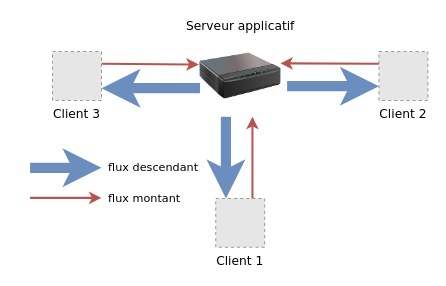
This is page "MCU" (4 of 8) of schéma/ArchiReseau.drawio from stephannicolas96/dossierPro, a draw.io file, before an edit. Source tidied: cells renumbered, new cells numbered last; positions are measured from the earlier drawing's top-left corner, leaving out a move shared by most shapes. Both pictures are drawn from the tidied source at 102%, with x=0, y=0 at pixel (30, 35). Pictures stored in the file or linked from it are replaced by grey dashed boxes.
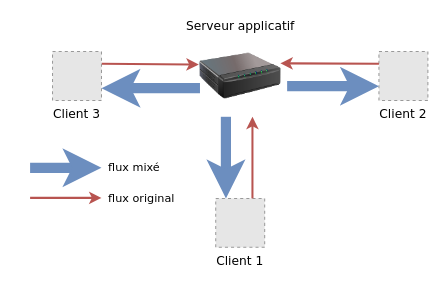
The same diagram, later.

The edit, as a diff of the source:
```diff
@@
 <mxGraphModel>
   <root>
     <mxCell id="0" />
     <mxCell id="1" parent="0" />
     <mxCell id="2" style="edgeStyle=none;rounded=0;jettySize=auto;html=1;sourcePerimeterSpacing=5;endArrow=classic;endFill=1;targetPerimeterSpacing=5;fillColor=#f8cecc;strokeColor=#b85450;startArrow=none;startFill=0;strokeWidth=2;exitX=1;exitY=0.25;exitDx=0;exitDy=0;entryX=-0.008;entryY=0.359;entryDx=0;entryDy=0;entryPerimeter=0;" parent="1" edge="1" source="3" target="4">
       <mxGeometry relative="1" as="geometry" />
     </mxCell>
     <mxCell id="3" value="Client 3" style="fillColor=#E6E6E6;strokeColor=#999999;dashed=1;verticalLabelPosition=bottom;verticalAlign=top;labelBackgroundColor=#ffffff;labelPosition=center;align=center;fontFamily=Verdana;" parent="1" vertex="1">
       <mxGeometry x="22" y="16" width="48" height="48" as="geometry" />
     </mxCell>
     <mxCell id="4" value="Serveur applicatif" style="image;html=1;image=img/lib/clip_art/networking/Print_Server_128x128.png;labelPosition=center;verticalLabelPosition=top;align=center;verticalAlign=bottom;fontFamily=Verdana;" parent="1" vertex="1">
       <mxGeometry x="166" width="80" height="80" as="geometry" />
     </mxCell>
     <mxCell id="5" value="Client 2" style="fillColor=#E6E6E6;strokeColor=#999999;dashed=1;verticalLabelPosition=bottom;verticalAlign=top;labelBackgroundColor=#ffffff;labelPosition=center;align=center;fontFamily=Verdana;" parent="1" vertex="1">
       <mxGeometry x="342" y="16" width="48" height="48" as="geometry" />
     </mxCell>
     <mxCell id="6" value="Client 1" style="fillColor=#E6E6E6;strokeColor=#999999;dashed=1;verticalLabelPosition=bottom;verticalAlign=top;labelBackgroundColor=#ffffff;fontFamily=Verdana;" parent="1" vertex="1">
       <mxGeometry x="182" y="160" width="48" height="48" as="geometry" />
     </mxCell>
     <mxCell id="7" style="edgeStyle=none;rounded=0;jettySize=auto;html=1;sourcePerimeterSpacing=5;endArrow=classic;endFill=1;targetPerimeterSpacing=5;fillColor=#f8cecc;strokeColor=#b85450;startArrow=none;startFill=0;strokeWidth=2;exitX=0;exitY=0.25;exitDx=0;exitDy=0;entryX=0.992;entryY=0.345;entryDx=0;entryDy=0;entryPerimeter=0;" parent="1" edge="1" source="5" target="4">
       <mxGeometry relative="1" as="geometry" />
     </mxCell>
     <mxCell id="8" style="edgeStyle=none;rounded=0;jettySize=auto;html=1;sourcePerimeterSpacing=5;endArrow=classic;endFill=1;targetPerimeterSpacing=5;fillColor=#f8cecc;strokeColor=#b85450;startArrow=none;startFill=0;strokeWidth=2;exitX=0.75;exitY=0;exitDx=0;exitDy=0;" parent="1" edge="1" source="6">
       <mxGeometry relative="1" as="geometry">
         <mxPoint x="218" y="80" as="targetPoint" />
       </mxGeometry>
     </mxCell>
     <mxCell id="9" style="edgeStyle=none;rounded=0;orthogonalLoop=1;jettySize=auto;html=1;sourcePerimeterSpacing=5;endArrow=classic;endFill=1;targetPerimeterSpacing=5;fillColor=#dae8fc;strokeColor=#6c8ebf;startArrow=none;startFill=0;strokeWidth=10;exitX=0.5;exitY=1;exitDx=0;exitDy=0;entryX=0.5;entryY=0;entryDx=0;entryDy=0;" parent="1" edge="1">
       <mxGeometry relative="1" as="geometry">
         <mxPoint x="192" y="80" as="sourcePoint" />
         <mxPoint x="192" y="160" as="targetPoint" />
       </mxGeometry>
     </mxCell>
     <mxCell id="10" style="edgeStyle=none;rounded=0;jettySize=auto;html=1;sourcePerimeterSpacing=5;endArrow=classic;endFill=1;targetPerimeterSpacing=5;fillColor=#dae8fc;strokeColor=#6c8ebf;startArrow=none;startFill=0;strokeWidth=10;exitX=0.007;exitY=0.649;exitDx=0;exitDy=0;exitPerimeter=0;entryX=1;entryY=0.75;entryDx=0;entryDy=0;" parent="1" edge="1" source="4" target="3">
       <mxGeometry relative="1" as="geometry" />
     </mxCell>
     <mxCell id="11" style="edgeStyle=none;rounded=0;orthogonalLoop=1;jettySize=auto;html=1;sourcePerimeterSpacing=5;endArrow=classic;endFill=1;targetPerimeterSpacing=5;fillColor=#dae8fc;strokeColor=#6c8ebf;startArrow=none;startFill=0;strokeWidth=10;" parent="1" edge="1">
       <mxGeometry relative="1" as="geometry">
         <mxPoint x="252" y="50" as="sourcePoint" />
         <mxPoint x="342" y="50" as="targetPoint" />
       </mxGeometry>
     </mxCell>
-    <mxCell id="12" value="flux descendant" style="edgeStyle=none;rounded=0;orthogonalLoop=1;jettySize=auto;html=1;sourcePerimeterSpacing=5;endArrow=classic;endFill=1;targetPerimeterSpacing=5;fillColor=#dae8fc;strokeColor=#6c8ebf;startArrow=none;startFill=0;strokeWidth=10;fontFamily=Verdana;labelPosition=right;verticalLabelPosition=middle;align=left;verticalAlign=middle;spacingRight=0;spacingLeft=40;" parent="1" edge="1">
+    <mxCell id="12" value="flux mixé" style="edgeStyle=none;rounded=0;orthogonalLoop=1;jettySize=auto;html=1;sourcePerimeterSpacing=5;endArrow=classic;endFill=1;targetPerimeterSpacing=5;fillColor=#dae8fc;strokeColor=#6c8ebf;startArrow=none;startFill=0;strokeWidth=10;fontFamily=Verdana;labelPosition=right;verticalLabelPosition=middle;align=left;verticalAlign=middle;spacingRight=0;spacingLeft=40;" parent="1" edge="1">
       <mxGeometry relative="1" as="geometry">
         <mxPoint y="130" as="sourcePoint" />
         <mxPoint x="70" y="130" as="targetPoint" />
       </mxGeometry>
     </mxCell>
-    <mxCell id="13" value="flux montant" style="edgeStyle=none;rounded=0;orthogonalLoop=1;jettySize=auto;html=1;sourcePerimeterSpacing=5;endArrow=classic;endFill=1;targetPerimeterSpacing=5;fillColor=#f8cecc;strokeColor=#b85450;startArrow=none;startFill=0;strokeWidth=2;fontFamily=Verdana;labelPosition=right;verticalLabelPosition=middle;align=left;verticalAlign=middle;spacingRight=0;spacingLeft=40;" parent="1" edge="1">
+    <mxCell id="13" value="flux original" style="edgeStyle=none;rounded=0;orthogonalLoop=1;jettySize=auto;html=1;sourcePerimeterSpacing=5;endArrow=classic;endFill=1;targetPerimeterSpacing=5;fillColor=#f8cecc;strokeColor=#b85450;startArrow=none;startFill=0;strokeWidth=2;fontFamily=Verdana;labelPosition=right;verticalLabelPosition=middle;align=left;verticalAlign=middle;spacingRight=0;spacingLeft=40;" parent="1" edge="1">
       <mxGeometry relative="1" as="geometry">
         <mxPoint y="159.5" as="sourcePoint" />
         <mxPoint x="70" y="159.5" as="targetPoint" />
       </mxGeometry>
     </mxCell>
   </root>
 </mxGraphModel>
```
